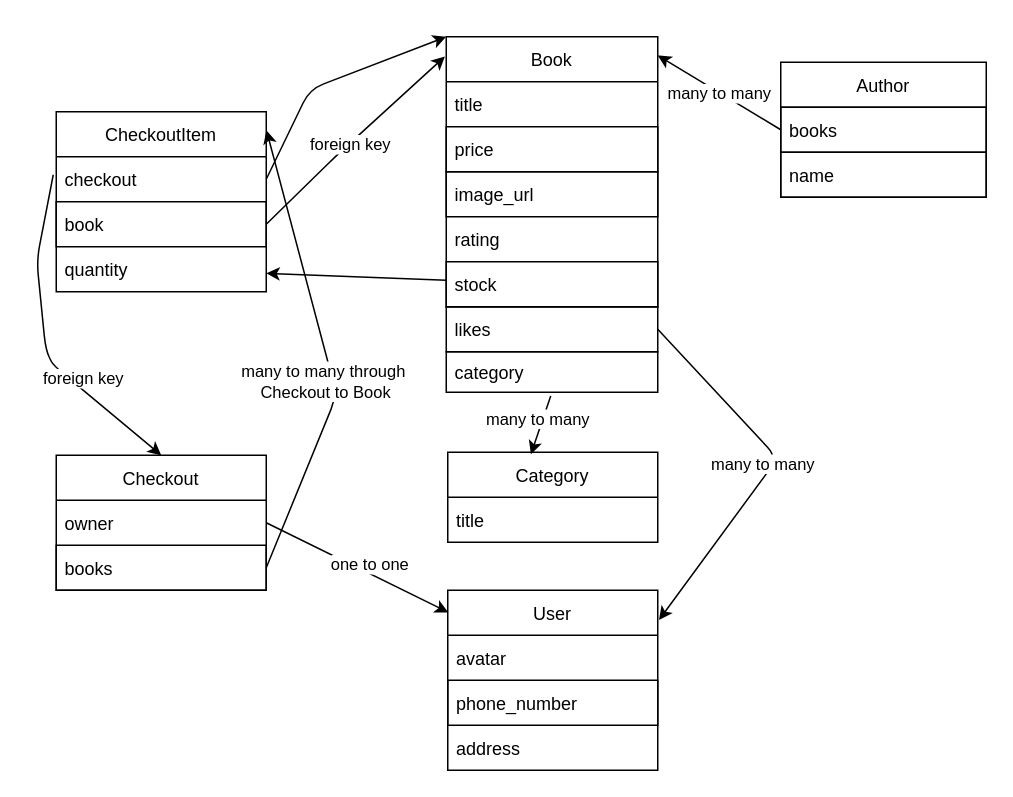
Before: capstone_proposal.drawio in Jamesjr95/django_marvel, a draw.io diagram. Source tidied: cells renumbered, new cells numbered last; positions are measured from the earlier drawing's top-left corner, leaving out a move shared by most shapes. Both pictures are drawn from the tidied source at 150%, with x=0, y=0 at pixel (36, 36).
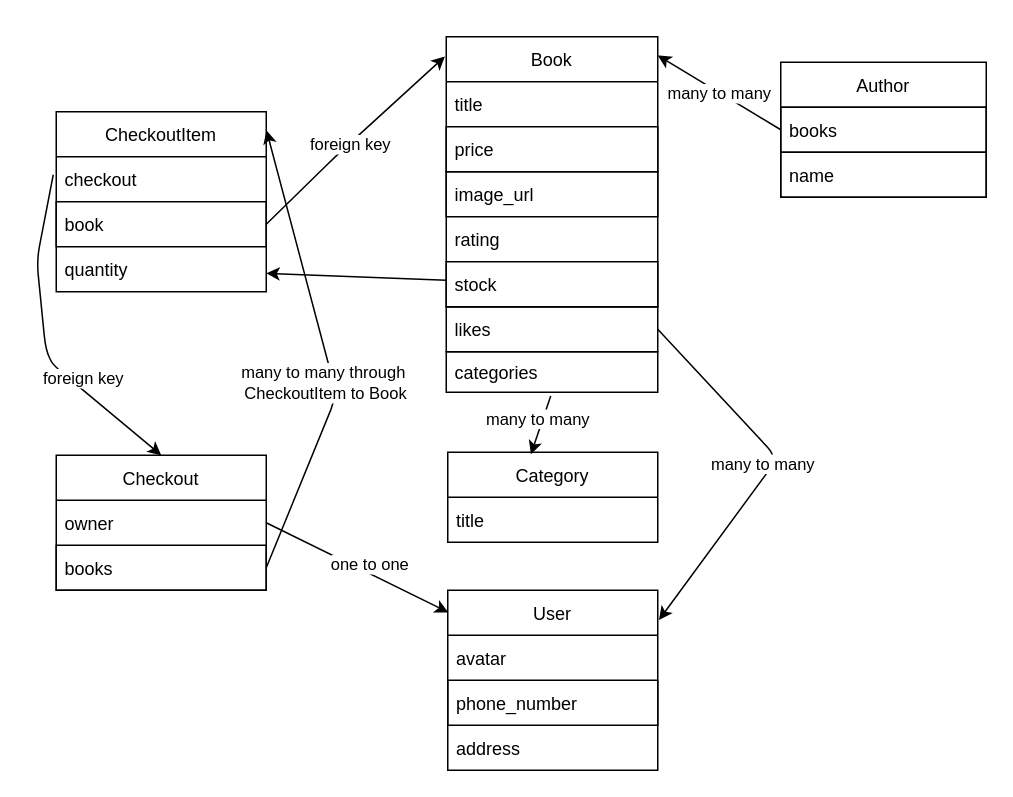
Above is the later version.

The change refers to these unchanged cells:
```xml
<mxCell id="8" value="Book" style="swimlane;fontStyle=0;horizontal=1;startSize=30;strokeColor=default;" parent="1" vertex="1">
  <mxGeometry x="273" width="141" height="180" as="geometry" />
</mxCell>
<mxCell id="20" value="checkout" style="text;strokeColor=none;fillColor=none;align=left;verticalAlign=middle;spacingLeft=4;spacingRight=4;overflow=hidden;points=[[0,0.5],[1,0.5]];portConstraint=eastwest;" parent="17" vertex="1">
  <mxGeometry y="30" width="140" height="30" as="geometry" />
</mxCell>
<mxCell id="31" style="endArrow=classic;html=1;exitX=1;exitY=0.5;exitDx=0;exitDy=0;entryX=1.001;entryY=0.103;entryDx=0;entryDy=0;entryPerimeter=0;" parent="1" edge="1" source="25" target="17">
  <mxGeometry relative="1" as="geometry">
    <Array as="points">
      <mxPoint x="200" y="239" />
    </Array>
  </mxGeometry>
</mxCell>
```

What changed in the source:
```diff
@@
-    <mxCell id="28" style="endArrow=classic;html=1;exitX=1;exitY=0.5;exitDx=0;exitDy=0;entryX=0;entryY=0;entryDx=0;entryDy=0;startArrow=none;" parent="1" edge="1" source="20" target="8">
-      <mxGeometry relative="1" as="geometry">
-        <Array as="points">
-          <mxPoint x="182" y="35" />
-        </Array>
-      </mxGeometry>
-    </mxCell>
@@
-    <mxCell id="32" value="many to many through&lt;br&gt;&amp;nbsp;Checkout to Book" style="edgeLabel;html=1;align=center;verticalAlign=middle;strokeColor=default;" parent="31" vertex="1">
+    <mxCell id="32" value="many to many through&lt;br&gt;&amp;nbsp;CheckoutItem to Book" style="edgeLabel;html=1;align=center;verticalAlign=middle;strokeColor=default;" parent="31" vertex="1">
       <mxGeometry relative="1" as="geometry">
-        <mxPoint x="-2" y="18" as="offset" />
+        <mxPoint x="-2" y="19" as="offset" />
       </mxGeometry>
     </mxCell>
@@
-    <mxCell id="37" value="category" style="text;strokeColor=default;fillColor=none;align=left;verticalAlign=middle;spacingLeft=4;spacingRight=4;overflow=hidden;points=[[0,0.5],[1,0.5]];portConstraint=eastwest;" parent="1" vertex="1">
+    <mxCell id="37" value="categories" style="text;strokeColor=default;fillColor=none;align=left;verticalAlign=middle;spacingLeft=4;spacingRight=4;overflow=hidden;points=[[0,0.5],[1,0.5]];portConstraint=eastwest;" parent="1" vertex="1">
       <mxGeometry x="273" y="210" width="141" height="27" as="geometry" />
     </mxCell>
```
